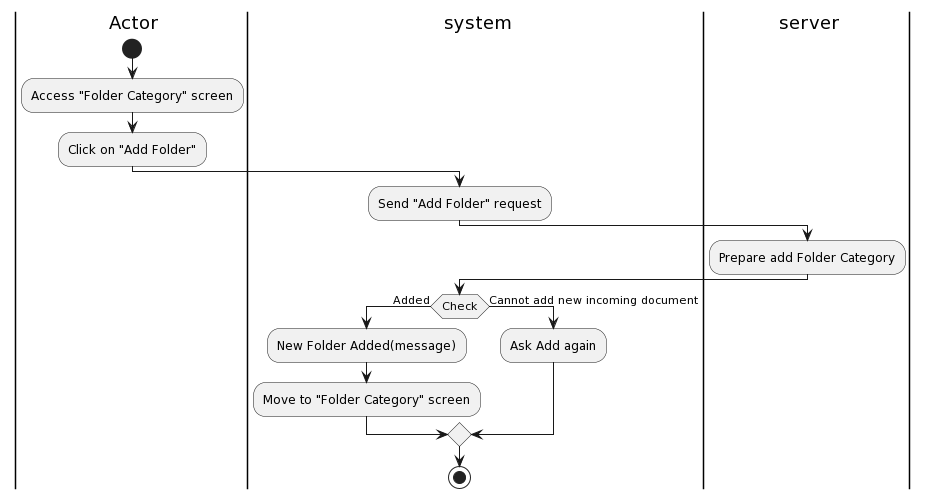
The PlantUML diagram Lab1/Lab1.2/Activity Diagram/IncomingDocument/AddIncomingDocumentintoDocumentLog/AddIncomingDocumentintoDocumentLog.png in khoapham1003/SE357-Pratice-class, before a commit.
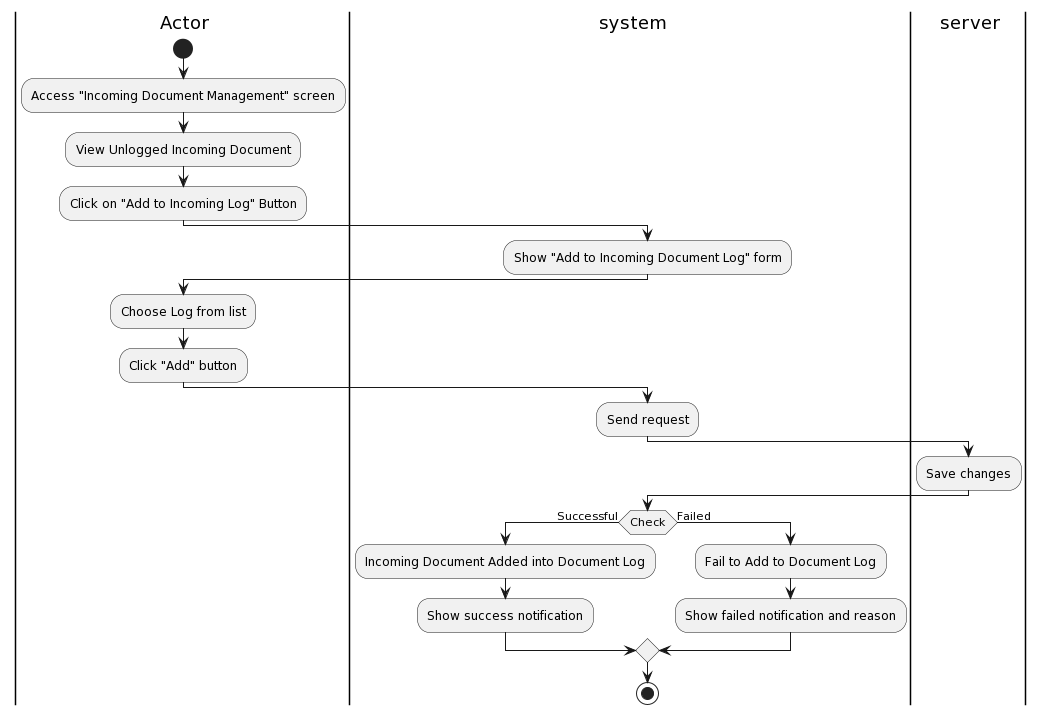
Later version of the same file.

Diff of the diagram source:
```diff
@@ -4,18 +4,25 @@
 |ser| server
 |a|
 start
-:Access "Folder Category" screen;
-:Click on "Add Folder";
+:Access "Incoming Document Management" screen;
+:View Unlogged Incoming Document;
+:Click on "Add to Incoming Log" Button;
 |sys|
-:Send "Add Folder" request;
+:Show "Add to Incoming Document Log" form;
+|a|
+:Choose Log from list;
+:Click "Add" button;
+|sys|
+:Send request;
 |ser|
-:Prepare add Folder Category;
+:Save changes;
 |sys|
-if(Check) then (Added)
-:New Folder Added(message);
-:Move to "Folder Category" screen;
-else (Cannot add new incoming document)
-:Ask Add again;
+if(Check) then (Successful)
+:Incoming Document Added into Document Log;
+:Show success notification;
+else (Failed)
+:Fail to Add to Document Log;
+:Show failed notification and reason;
 endif
 
 stop
```
